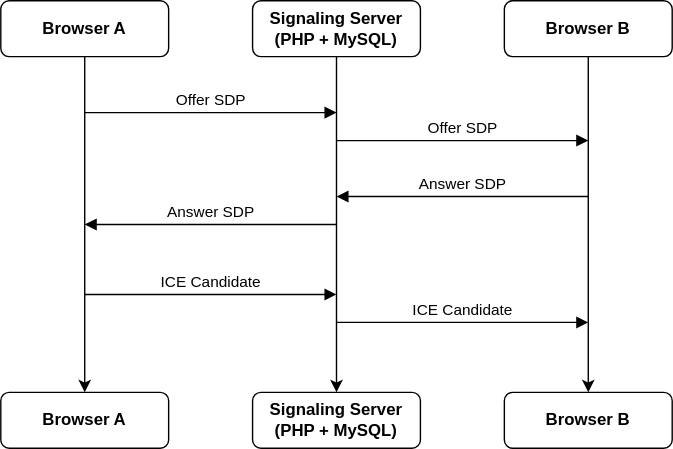
superneko160/VideoChat keeps this draw.io diagram as docs/videochat.drawio.svg. Above is the earlier version. Source tidied: cells renumbered, new cells last; positions are measured from the earlier drawing's top-left corner, leaving out a move shared by most shapes.
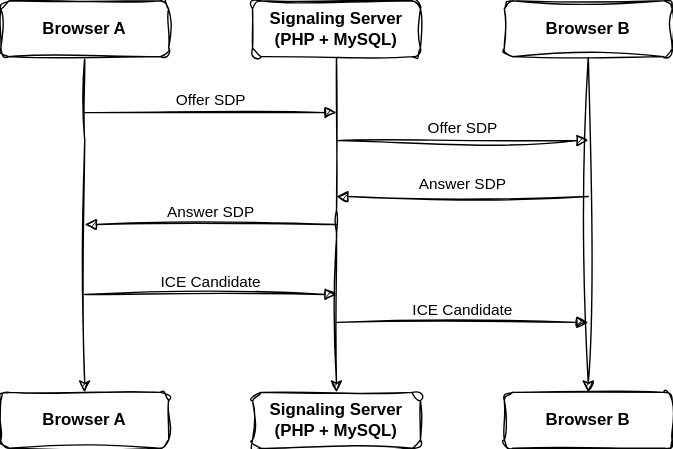
Later version of the same file.

Commit message:
fix:fixed data flow chart

Change to the diagram source:
```diff
@@ -2,75 +2,75 @@
   <root>
     <mxCell id="0" />
     <mxCell id="1" parent="0" />
-    <mxCell id="2" style="edgeStyle=orthogonalEdgeStyle;rounded=0;jettySize=auto;html=1;exitX=0.5;exitY=1;exitDx=0;exitDy=0;labelBackgroundColor=none;fontColor=default;" parent="1" edge="1" source="3" target="7">
-      <mxGeometry relative="1" as="geometry">
-        <Array as="points">
-          <mxPoint x="60" y="100" />
-          <mxPoint x="60" y="100" />
-        </Array>
-      </mxGeometry>
-    </mxCell>
-    <mxCell id="3" value="&lt;b&gt;Browser A&lt;/b&gt;" style="rounded=1;whiteSpace=wrap;html=1;labelBackgroundColor=none;" parent="1" vertex="1">
-      <mxGeometry width="120" height="40" as="geometry" />
-    </mxCell>
-    <mxCell id="4" value="&lt;b&gt;Signaling Server&lt;br&gt;(PHP + MySQL)&lt;/b&gt;" style="rounded=1;whiteSpace=wrap;html=1;labelBackgroundColor=none;" parent="1" vertex="1">
-      <mxGeometry x="180" y="280" width="120" height="40" as="geometry" />
-    </mxCell>
-    <mxCell id="5" style="edgeStyle=orthogonalEdgeStyle;rounded=1;jettySize=auto;html=1;exitX=0.5;exitY=1;exitDx=0;exitDy=0;curved=0;labelBackgroundColor=none;fontColor=default;" parent="1" edge="1" source="6">
-      <mxGeometry relative="1" as="geometry">
-        <mxPoint x="240" y="280" as="targetPoint" />
-      </mxGeometry>
-    </mxCell>
-    <mxCell id="6" value="&lt;b&gt;Signaling Server&lt;br&gt;(PHP + MySQL)&lt;/b&gt;" style="rounded=1;whiteSpace=wrap;html=1;labelBackgroundColor=none;" parent="1" vertex="1">
-      <mxGeometry x="180" width="120" height="40" as="geometry" />
-    </mxCell>
-    <mxCell id="7" value="&lt;b&gt;Browser A&lt;/b&gt;" style="rounded=1;whiteSpace=wrap;html=1;labelBackgroundColor=none;" parent="1" vertex="1">
-      <mxGeometry y="280" width="120" height="40" as="geometry" />
-    </mxCell>
-    <mxCell id="8" style="edgeStyle=orthogonalEdgeStyle;rounded=0;jettySize=auto;html=1;exitX=0.5;exitY=1;exitDx=0;exitDy=0;labelBackgroundColor=none;fontColor=default;" parent="1" edge="1" source="9" target="10">
-      <mxGeometry relative="1" as="geometry" />
-    </mxCell>
-    <mxCell id="9" value="&lt;b&gt;Browser B&lt;/b&gt;" style="rounded=1;whiteSpace=wrap;html=1;labelBackgroundColor=none;" parent="1" vertex="1">
-      <mxGeometry x="360" width="120" height="40" as="geometry" />
-    </mxCell>
-    <mxCell id="10" value="&lt;b&gt;Browser B&lt;/b&gt;" style="rounded=1;whiteSpace=wrap;html=1;labelBackgroundColor=none;" parent="1" vertex="1">
-      <mxGeometry x="360" y="280" width="120" height="40" as="geometry" />
-    </mxCell>
-    <mxCell id="11" value="Offer SDP" style="html=1;verticalAlign=bottom;endArrow=block;curved=0;rounded=0;fontColor=default;labelBackgroundColor=none;" parent="1" edge="1">
-      <mxGeometry relative="1" as="geometry">
-        <mxPoint x="60" y="80" as="sourcePoint" />
-        <mxPoint x="240" y="80" as="targetPoint" />
-      </mxGeometry>
-    </mxCell>
-    <mxCell id="12" value="Offer SDP" style="html=1;verticalAlign=bottom;endArrow=block;curved=0;rounded=0;fontColor=default;labelBackgroundColor=none;" parent="1" edge="1">
-      <mxGeometry relative="1" as="geometry">
-        <mxPoint x="240" y="100" as="sourcePoint" />
-        <mxPoint x="420" y="100" as="targetPoint" />
-      </mxGeometry>
-    </mxCell>
-    <mxCell id="13" value="Answer SDP" style="html=1;verticalAlign=bottom;endArrow=block;curved=0;rounded=0;fontColor=default;labelBackgroundColor=none;" parent="1" edge="1">
-      <mxGeometry relative="1" as="geometry">
-        <mxPoint x="420" y="140" as="sourcePoint" />
-        <mxPoint x="240" y="140" as="targetPoint" />
-      </mxGeometry>
-    </mxCell>
-    <mxCell id="14" value="Answer SDP" style="html=1;verticalAlign=bottom;endArrow=block;curved=0;rounded=0;fontColor=default;labelBackgroundColor=none;" parent="1" edge="1">
-      <mxGeometry relative="1" as="geometry">
-        <mxPoint x="240" y="160" as="sourcePoint" />
-        <mxPoint x="60" y="160" as="targetPoint" />
-      </mxGeometry>
-    </mxCell>
-    <mxCell id="15" value="ICE Candidate" style="html=1;verticalAlign=bottom;endArrow=block;curved=0;rounded=0;fontColor=default;labelBackgroundColor=none;" parent="1" edge="1">
-      <mxGeometry relative="1" as="geometry">
-        <mxPoint x="60" y="210" as="sourcePoint" />
-        <mxPoint x="240" y="210" as="targetPoint" />
-      </mxGeometry>
-    </mxCell>
-    <mxCell id="16" value="ICE Candidate" style="html=1;verticalAlign=bottom;endArrow=block;curved=0;rounded=0;fontColor=default;labelBackgroundColor=none;" parent="1" edge="1">
-      <mxGeometry relative="1" as="geometry">
-        <mxPoint x="240" y="230" as="sourcePoint" />
-        <mxPoint x="420" y="230" as="targetPoint" />
-      </mxGeometry>
-    </mxCell>
+    <mxCell id="17" style="edgeStyle=orthogonalEdgeStyle;rounded=0;jettySize=auto;html=1;exitX=0.5;exitY=1;exitDx=0;exitDy=0;labelBackgroundColor=none;fontColor=default;sketch=1;curveFitting=1;jiggle=2;" parent="1" edge="1" source="18" target="22">
+      <mxGeometry relative="1" as="geometry">
+        <Array as="points">
+          <mxPoint x="60" y="100" />
+          <mxPoint x="60" y="100" />
+        </Array>
+      </mxGeometry>
+    </mxCell>
+    <mxCell id="18" value="&lt;b&gt;Browser A&lt;/b&gt;" style="rounded=1;whiteSpace=wrap;html=1;labelBackgroundColor=none;sketch=1;curveFitting=1;jiggle=2;" parent="1" vertex="1">
+      <mxGeometry width="120" height="40" as="geometry" />
+    </mxCell>
+    <mxCell id="19" value="&lt;b&gt;Signaling Server&lt;br&gt;(PHP + MySQL)&lt;/b&gt;" style="rounded=1;whiteSpace=wrap;html=1;labelBackgroundColor=none;sketch=1;curveFitting=1;jiggle=2;" parent="1" vertex="1">
+      <mxGeometry x="180" y="280" width="120" height="40" as="geometry" />
+    </mxCell>
+    <mxCell id="20" style="edgeStyle=orthogonalEdgeStyle;rounded=1;jettySize=auto;html=1;exitX=0.5;exitY=1;exitDx=0;exitDy=0;curved=0;labelBackgroundColor=none;fontColor=default;sketch=1;curveFitting=1;jiggle=2;" parent="1" edge="1" source="21">
+      <mxGeometry relative="1" as="geometry">
+        <mxPoint x="240" y="280" as="targetPoint" />
+      </mxGeometry>
+    </mxCell>
+    <mxCell id="21" value="&lt;b&gt;Signaling Server&lt;br&gt;(PHP + MySQL)&lt;/b&gt;" style="rounded=1;whiteSpace=wrap;html=1;labelBackgroundColor=none;sketch=1;curveFitting=1;jiggle=2;" parent="1" vertex="1">
+      <mxGeometry x="180" width="120" height="40" as="geometry" />
+    </mxCell>
+    <mxCell id="22" value="&lt;b&gt;Browser A&lt;/b&gt;" style="rounded=1;whiteSpace=wrap;html=1;labelBackgroundColor=none;sketch=1;curveFitting=1;jiggle=2;" parent="1" vertex="1">
+      <mxGeometry y="280" width="120" height="40" as="geometry" />
+    </mxCell>
+    <mxCell id="23" style="edgeStyle=orthogonalEdgeStyle;rounded=0;jettySize=auto;html=1;exitX=0.5;exitY=1;exitDx=0;exitDy=0;labelBackgroundColor=none;fontColor=default;sketch=1;curveFitting=1;jiggle=2;" parent="1" edge="1" source="24" target="25">
+      <mxGeometry relative="1" as="geometry" />
+    </mxCell>
+    <mxCell id="24" value="&lt;b&gt;Browser B&lt;/b&gt;" style="rounded=1;whiteSpace=wrap;html=1;labelBackgroundColor=none;sketch=1;curveFitting=1;jiggle=2;" parent="1" vertex="1">
+      <mxGeometry x="360" width="120" height="40" as="geometry" />
+    </mxCell>
+    <mxCell id="25" value="&lt;b&gt;Browser B&lt;/b&gt;" style="rounded=1;whiteSpace=wrap;html=1;labelBackgroundColor=none;sketch=1;curveFitting=1;jiggle=2;" parent="1" vertex="1">
+      <mxGeometry x="360" y="280" width="120" height="40" as="geometry" />
+    </mxCell>
+    <mxCell id="26" value="Offer SDP" style="html=1;verticalAlign=bottom;endArrow=block;curved=0;rounded=0;fontColor=default;labelBackgroundColor=none;sketch=1;curveFitting=1;jiggle=2;" parent="1" edge="1">
+      <mxGeometry relative="1" as="geometry">
+        <mxPoint x="60" y="80" as="sourcePoint" />
+        <mxPoint x="240" y="80" as="targetPoint" />
+      </mxGeometry>
+    </mxCell>
+    <mxCell id="27" value="Offer SDP" style="html=1;verticalAlign=bottom;endArrow=block;curved=0;rounded=0;fontColor=default;labelBackgroundColor=none;sketch=1;curveFitting=1;jiggle=2;" parent="1" edge="1">
+      <mxGeometry relative="1" as="geometry">
+        <mxPoint x="240" y="100" as="sourcePoint" />
+        <mxPoint x="420" y="100" as="targetPoint" />
+      </mxGeometry>
+    </mxCell>
+    <mxCell id="28" value="Answer SDP" style="html=1;verticalAlign=bottom;endArrow=block;curved=0;rounded=0;fontColor=default;labelBackgroundColor=none;sketch=1;curveFitting=1;jiggle=2;" parent="1" edge="1">
+      <mxGeometry relative="1" as="geometry">
+        <mxPoint x="420" y="140" as="sourcePoint" />
+        <mxPoint x="240" y="140" as="targetPoint" />
+      </mxGeometry>
+    </mxCell>
+    <mxCell id="29" value="Answer SDP" style="html=1;verticalAlign=bottom;endArrow=block;curved=0;rounded=0;fontColor=default;labelBackgroundColor=none;sketch=1;curveFitting=1;jiggle=2;" parent="1" edge="1">
+      <mxGeometry relative="1" as="geometry">
+        <mxPoint x="240" y="160" as="sourcePoint" />
+        <mxPoint x="60" y="160" as="targetPoint" />
+      </mxGeometry>
+    </mxCell>
+    <mxCell id="30" value="ICE Candidate" style="html=1;verticalAlign=bottom;endArrow=block;curved=0;rounded=0;fontColor=default;labelBackgroundColor=none;sketch=1;curveFitting=1;jiggle=2;" parent="1" edge="1">
+      <mxGeometry relative="1" as="geometry">
+        <mxPoint x="60" y="210" as="sourcePoint" />
+        <mxPoint x="240" y="210" as="targetPoint" />
+      </mxGeometry>
+    </mxCell>
+    <mxCell id="31" value="ICE Candidate" style="html=1;verticalAlign=bottom;endArrow=block;curved=0;rounded=0;fontColor=default;labelBackgroundColor=none;sketch=1;curveFitting=1;jiggle=2;" parent="1" edge="1">
+      <mxGeometry relative="1" as="geometry">
+        <mxPoint x="240" y="230" as="sourcePoint" />
+        <mxPoint x="420" y="230" as="targetPoint" />
+      </mxGeometry>
+    </mxCell>
   </root>
 </mxGraphModel>
```
